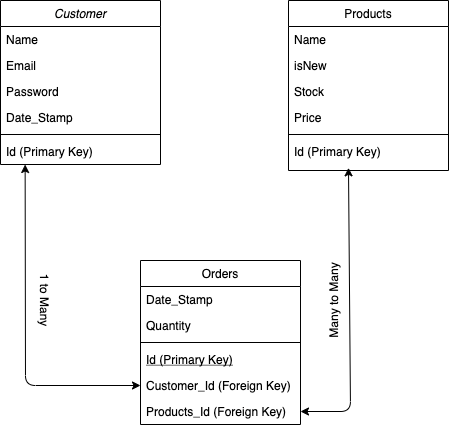
This is GameStore Diagram.png from Speegy/SQL, a draw.io export, as it was before one commit. Source tidied: cells renumbered, new cells last; positions are measured from the earlier drawing's top-left corner, leaving out a move shared by most shapes.
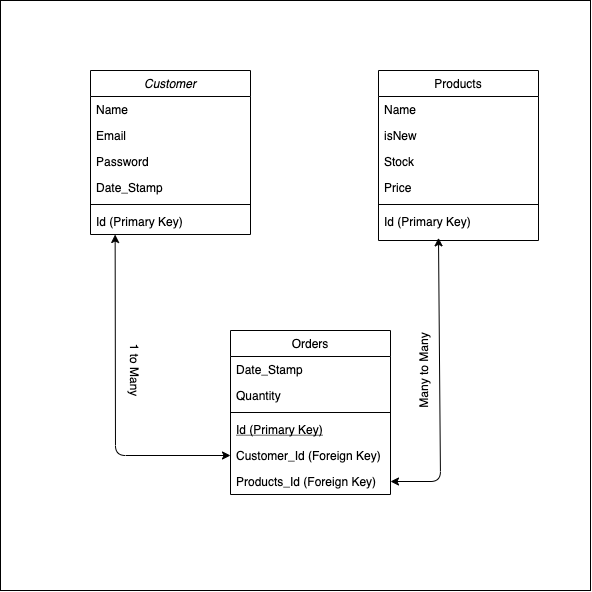
The same file after the commit.

The edit, as a diff of the source:
```diff
@@ -2,6 +2,9 @@
   <root>
     <mxCell id="0" />
     <mxCell id="1" parent="0" />
+    <mxCell id="27" style="whiteSpace=wrap;html=1;" parent="1" vertex="1">
+      <mxGeometry x="-90" y="-70" width="590" height="590" as="geometry" />
+    </mxCell>
     <mxCell id="2" value="Customer" style="swimlane;fontStyle=2;align=center;verticalAlign=top;horizontal=1;startSize=26;rounded=0;shadow=0;strokeWidth=1;" parent="1" vertex="1">
       <mxGeometry width="160" height="164" as="geometry" />
     </mxCell>
```
